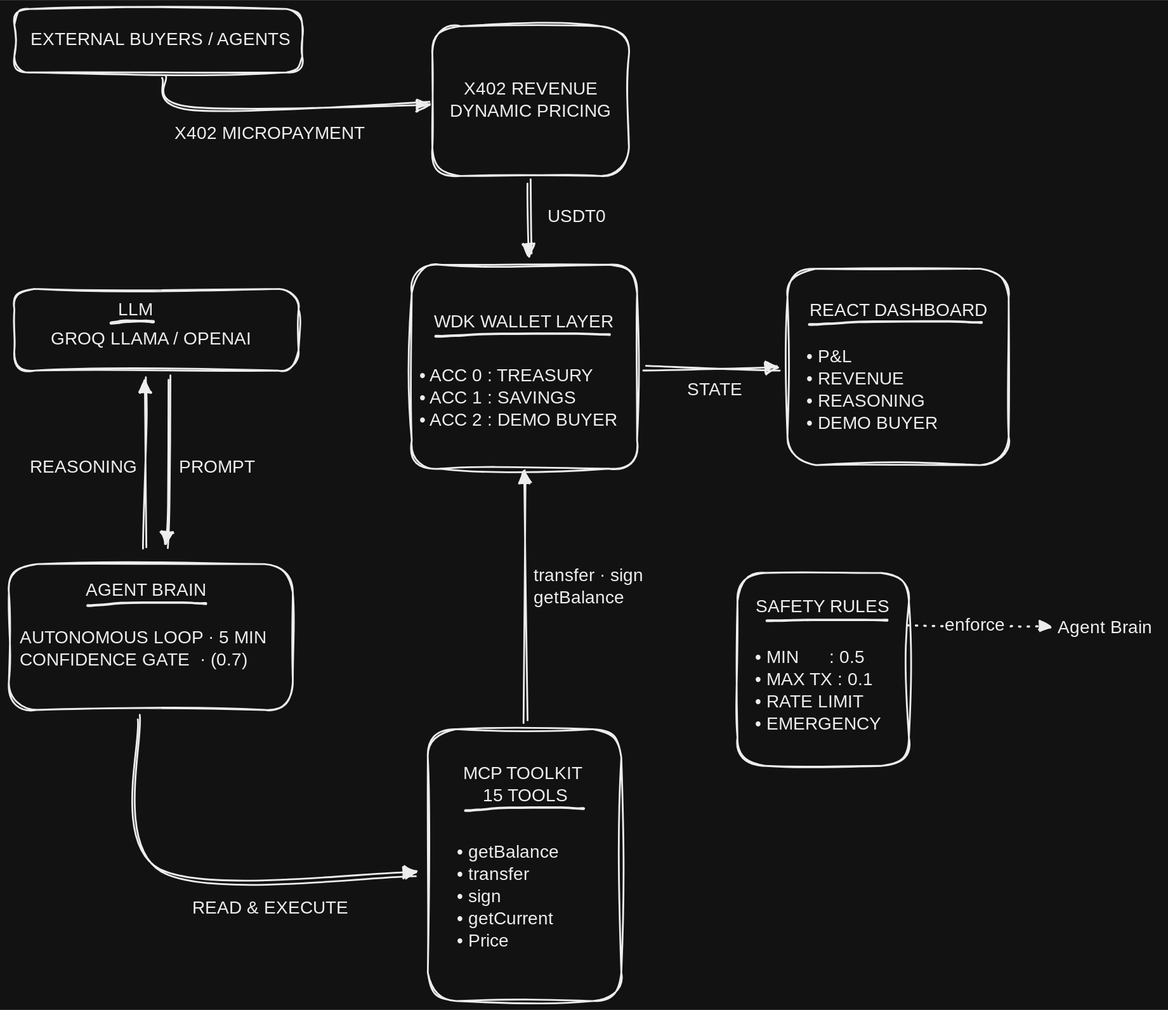
Earlier version of the Excalidraw export assets/architecture.svg (jordi-stack/Agora). Source tidied: one line per element, renumbered; positions are measured from the earlier drawing's top-left corner, leaving out a move shared by most shapes.
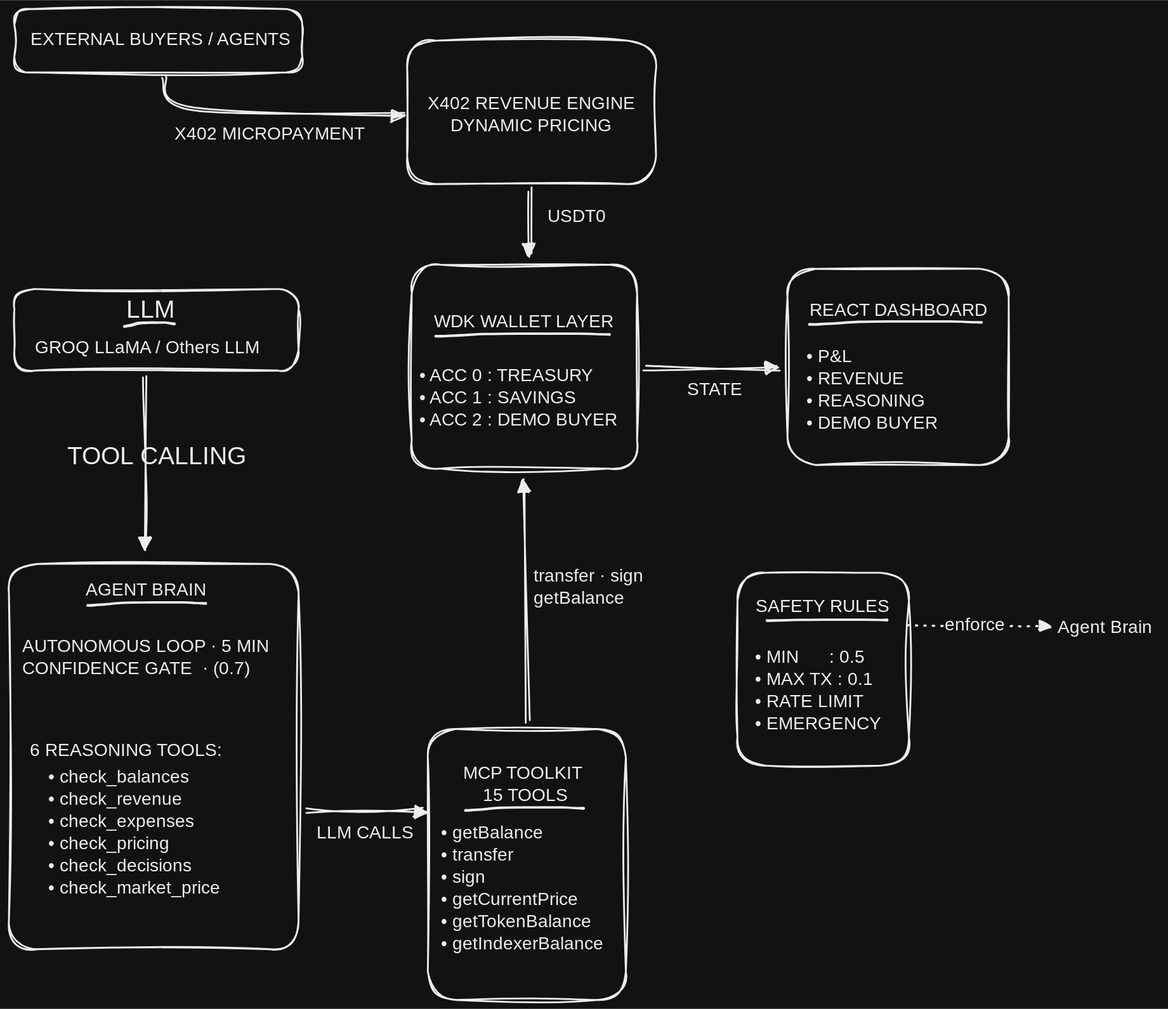
Later version of the same file.

What changed in the source:
```diff
@@ -1,13 +1,13 @@
 {"id": 0, "type": "rectangle", "strokeColor": "#000", "strokeWidth": 2, "roughness": 2, "round": true, "x": 6, "y": 0, "width": 324, "height": 71}
-{"id": 1, "type": "rectangle", "strokeColor": "#000", "strokeWidth": 2, "roughness": 2, "round": true, "x": 477, "y": 19, "width": 221, "height": 169}
+{"id": 1, "type": "rectangle", "strokeColor": "#000", "strokeWidth": 2, "roughness": 2, "round": true, "x": 448, "y": 36, "width": 280, "height": 162}
 {"id": 2, "type": "rectangle", "strokeColor": "#000", "strokeWidth": 2, "roughness": 2, "round": true, "x": 454, "y": 288, "width": 254, "height": 230}
-{"id": 3, "type": "rectangle", "strokeColor": "#000", "strokeWidth": 2, "roughness": 2, "round": true, "x": 0, "y": 625, "width": 320, "height": 164}
+{"id": 3, "type": "rectangle", "strokeColor": "#000", "strokeWidth": 2, "roughness": 2, "round": true, "x": 0, "y": 625, "width": 326, "height": 434}
-{"id": 4, "type": "rectangle", "strokeColor": "#000", "strokeWidth": 2, "roughness": 2, "round": true, "x": 472, "y": 811, "width": 218, "height": 306}
+{"id": 4, "type": "rectangle", "strokeColor": "#000", "strokeWidth": 2, "roughness": 2, "round": true, "x": 472, "y": 811, "width": 223, "height": 305}
 {"id": 5, "type": "rectangle", "strokeColor": "#000", "strokeWidth": 2, "roughness": 2, "round": true, "x": 877, "y": 293, "width": 249, "height": 221}
 {"id": 6, "type": "text", "text": "EXTERNAL BUYERS / AGENTS", "strokeColor": "#000", "strokeWidth": 2, "roughness": 2, "fontSize": 20, "fontFamily": 5, "textAlign": "center", "x": 15, "y": 23, "width": 311, "height": 25}
 {"id": 7, "type": "text", "text": "X402 MICROPAYMENT", "strokeColor": "#000", "strokeWidth": 2, "roughness": 2, "fontSize": 20, "fontFamily": 5, "textAlign": "center", "x": 181, "y": 129, "width": 224, "height": 25}
-{"id": 8, "type": "text", "text": "X402 REVENUE\nDYNAMIC PRICING", "strokeColor": "#000", "strokeWidth": 2, "roughness": 2, "fontSize": 20, "fontFamily": 5, "textAlign": "center", "x": 493, "y": 79, "width": 189, "height": 50}
+{"id": 8, "type": "text", "text": "X402 REVENUE ENGINE\nDYNAMIC PRICING", "strokeColor": "#000", "strokeWidth": 2, "roughness": 2, "fontSize": 20, "fontFamily": 5, "textAlign": "center", "x": 466, "y": 95, "width": 244, "height": 50}
-{"id": 9, "type": "arrow", "strokeColor": "#000", "strokeWidth": 2, "roughness": 2, "endArrowhead": "triangle", "round": true, "from": 1, "x": 588, "y": 194, "width": 2, "height": 82, "points": [[0, 0], [2, 82]]}
+{"id": 9, "type": "arrow", "strokeColor": "#000", "strokeWidth": 2, "roughness": 2, "endArrowhead": "triangle", "round": true, "from": 1, "x": 589, "y": 203, "width": 1, "height": 73, "points": [[0, 0], [1, 73]]}
 {"id": 10, "type": "text", "text": "USDT0", "strokeColor": "#000", "strokeWidth": 2, "roughness": 2, "fontSize": 20, "fontFamily": 5, "textAlign": "center", "x": 603, "y": 222, "width": 73, "height": 25}
 {"id": 11, "type": "arrow", "strokeColor": "#000", "strokeWidth": 2, "roughness": 2, "endArrowhead": "triangle", "round": true, "x": 717, "y": 404, "width": 151, "height": 1, "points": [[0, 0], [151, 1]]}
 {"id": 12, "type": "text", "text": "STATE", "strokeColor": "#000", "strokeWidth": 2, "roughness": 2, "fontSize": 20, "fontFamily": 5, "textAlign": "center", "x": 759, "y": 418, "width": 71, "height": 25}
@@ -15,19 +15,16 @@
 {"id": 14, "type": "text", "text": "• P&L\n• REVENUE\n• REASONING\n• DEMO BUYER", "strokeColor": "#000", "strokeWidth": 2, "roughness": 2, "fontSize": 20, "fontFamily": 5, "x": 898, "y": 380, "width": 157, "height": 100}
 {"id": 15, "type": "text", "text": "WDK WALLET LAYER", "strokeColor": "#000", "strokeWidth": 2, "roughness": 2, "fontSize": 20, "fontFamily": 5, "x": 479, "y": 341, "width": 204, "height": 25}
 {"id": 16, "type": "text", "text": "• ACC 0 : TREASURY\n• ACC 1 : SAVINGS\n• ACC 2 : DEMO BUYER", "strokeColor": "#000", "strokeWidth": 2, "roughness": 2, "fontSize": 20, "fontFamily": 5, "x": 462, "y": 402, "width": 239, "height": 75}
-{"id": 17, "type": "text", "text": "LLM", "strokeColor": "#000", "strokeWidth": 2, "roughness": 2, "fontSize": 20, "fontFamily": 5, "x": 123, "y": 327, "width": 37, "height": 25}
+{"id": 17, "type": "text", "text": "LLM", "strokeColor": "#000", "strokeWidth": 2, "roughness": 2, "fontSize": 28, "fontFamily": 5, "x": 132, "y": 323, "width": 74, "height": 35}
-{"id": 18, "type": "text", "text": "GROQ LLAMA / OPENAI", "strokeColor": "#000", "strokeWidth": 2, "roughness": 2, "fontSize": 20, "fontFamily": 5, "x": 47, "y": 360, "width": 239, "height": 25}
+{"id": 18, "type": "text", "text": "GROQ LLaMA / Others LLM ", "strokeColor": "#000", "strokeWidth": 2, "roughness": 2, "fontSize": 20, "fontFamily": 5, "x": 29, "y": 370, "width": 279, "height": 25}
 {"id": 19, "type": "rectangle", "strokeColor": "#000", "strokeWidth": 2, "roughness": 2, "round": true, "x": 6, "y": 315, "width": 320, "height": 92}
-{"id": 20, "type": "text", "text": "REASONING", "strokeColor": "#000", "strokeWidth": 2, "roughness": 2, "fontSize": 20, "fontFamily": 5, "textAlign": "center", "x": 24, "y": 504, "width": 121, "height": 25}
 {"id": 21, "type": "text", "text": "AGENT BRAIN", "strokeColor": "#000", "strokeWidth": 2, "strokeStyle": "dashed", "roughness": 2, "fontSize": 20, "fontFamily": 5, "x": 86, "y": 643, "width": 148, "height": 25}
-{"id": 22, "type": "text", "text": "AUTONOMOUS LOOP · 5 MIN \nCONFIDENCE GATE  · (0.7)", "strokeColor": "#000", "strokeWidth": 2, "strokeStyle": "dashed", "roughness": 2, "fontSize": 20, "fontFamily": 5, "x": 12, "y": 697, "width": 296, "height": 50}
+{"id": 22, "type": "text", "text": "AUTONOMOUS LOOP · 5 MIN \nCONFIDENCE GATE  · (0.7)", "strokeColor": "#000", "strokeWidth": 2, "strokeStyle": "dashed", "roughness": 2, "fontSize": 20, "fontFamily": 5, "x": 15, "y": 706, "width": 296, "height": 50}
-{"id": 23, "type": "arrow", "strokeColor": "#000", "strokeWidth": 2, "roughness": 2, "endArrowhead": "triangle", "round": true, "x": 154, "y": 606, "width": 0, "height": 192, "points": [[0, 0], [0, -141], [0, -192]]}
+{"id": 23, "type": "arrow", "strokeColor": "#000", "strokeWidth": 2, "roughness": 2, "endArrowhead": "triangle", "round": true, "x": 154, "y": 413, "width": 0, "height": 192, "points": [[0, 0], [0, 141], [0, 192]]}
 {"id": 24, "type": "text", "text": "MCP TOOLKIT \n15 TOOLS", "strokeColor": "#000", "strokeWidth": 2, "roughness": 2, "fontSize": 20, "fontFamily": 5, "textAlign": "center", "x": 503, "y": 849, "width": 157, "height": 50}
-{"id": 25, "type": "text", "text": "• getBalance\n• transfer\n• sign\n• getCurrent\n• Price\n", "strokeColor": "#000", "strokeWidth": 2, "roughness": 2, "fontSize": 20, "fontFamily": 5, "x": 504, "y": 938, "width": 125, "height": 150}
+{"id": 25, "type": "text", "text": "• getBalance\n• transfer\n• sign\n• getCurrentPrice\n• getTokenBalance\n• getIndexerBalance\n", "strokeColor": "#000", "strokeWidth": 2, "roughness": 2, "fontSize": 20, "fontFamily": 5, "x": 486, "y": 916, "width": 200, "height": 175}
-{"id": 26, "type": "arrow", "strokeColor": "#000", "strokeWidth": 2, "roughness": 2, "endArrowhead": "triangle", "round": true, "x": 145, "y": 797, "width": 311, "height": 178, "points": [[0, 0], [28, 172], [311, 178]]}
-{"id": 27, "type": "text", "text": "READ & EXECUTE ", "strokeColor": "#000", "strokeWidth": 2, "roughness": 2, "fontSize": 20, "fontFamily": 5, "x": 206, "y": 1001, "width": 195, "height": 25}
-{"id": 28, "type": "arrow", "strokeColor": "#000", "strokeWidth": 2, "roughness": 2, "endArrowhead": "triangle", "round": true, "from": 4, "to": 2, "x": 581, "y": 805, "width": 0, "height": 281, "points": [[0, 0], [0, -281]]}
+{"id": 28, "type": "arrow", "strokeColor": "#000", "strokeWidth": 2, "roughness": 2, "endArrowhead": "triangle", "round": true, "from": 4, "x": 583, "y": 805, "width": 4, "height": 271, "points": [[0, 0], [-4, -271]]}
-{"id": 29, "type": "arrow", "strokeColor": "#000", "strokeWidth": 2, "roughness": 2, "endArrowhead": "triangle", "round": true, "from": 0, "to": 1, "x": 174, "y": 77, "width": 297, "height": 34, "points": [[0, 0], [34, 34], [297, 27]]}
+{"id": 29, "type": "arrow", "strokeColor": "#000", "strokeWidth": 2, "roughness": 2, "endArrowhead": "triangle", "round": true, "from": 0, "to": 1, "x": 174, "y": 77, "width": 268, "height": 39, "points": [[0, 0], [34, 34], [268, 39]]}
 {"id": 30, "type": "rectangle", "strokeColor": "#000", "strokeWidth": 2, "roughness": 2, "round": true, "x": 820, "y": 635, "width": 193, "height": 217}
 {"id": 31, "type": "text", "text": "SAFETY RULES", "strokeColor": "#000", "strokeWidth": 2, "roughness": 2, "fontSize": 20, "fontFamily": 5, "x": 841, "y": 662, "width": 156, "height": 25}
 {"id": 32, "type": "text", "text": "• MIN      : 0.5\n• MAX TX : 0.1\n• RATE LIMIT\n• EMERGENCY", "strokeColor": "#000", "strokeWidth": 2, "roughness": 2, "fontSize": 20, "fontFamily": 5, "x": 840, "y": 719, "width": 151, "height": 100}
@@ -40,7 +37,10 @@
 {"id": 39, "type": "freedraw", "strokeColor": "#000", "strokeWidth": 1, "strokeStyle": "dotted", "roughness": 2, "x": 854, "y": 691, "width": 135, "height": 1, "points": [[0, -2], [2, -2], [5, -2], [9, -2], [15, -3], [23, -3], [31, -3], [40, -3], [52, -3], [66, -3], [78, -3], [91, -3], [104, -3], [113, -3], [122, -3], [129, -3], [132, -3], [134, -3], [135, -3], [135, -3]]}
 {"id": 40, "type": "freedraw", "strokeColor": "#000", "strokeWidth": 1, "strokeStyle": "dotted", "roughness": 2, "x": 514, "y": 903, "width": 133, "height": 3, "points": [[0, 0], [2, 0], [5, 0], [9, 0], [15, -1], [23, -1], [30, -2], [39, -3], [51, -3], [65, -3], [77, -3], [89, -3], [102, -3], [111, -3], [120, -3], [127, -2], [130, -2], [132, -2], [133, -2], [133, -2]]}
 {"id": 41, "type": "freedraw", "strokeColor": "#000", "strokeWidth": 1, "strokeStyle": "dotted", "roughness": 2, "x": 89, "y": 672, "width": 133, "height": 3, "points": [[0, 0], [2, 0], [5, 0], [9, 0], [15, -1], [23, -1], [30, -2], [39, -3], [51, -3], [65, -3], [77, -3], [89, -3], [102, -3], [111, -3], [120, -3], [127, -2], [130, -2], [132, -2], [133, -2], [133, -2]]}
-{"id": 42, "type": "freedraw", "strokeColor": "#000", "strokeWidth": 1, "strokeStyle": "dotted", "roughness": 2, "x": 115, "y": 355, "width": 47, "height": 2, "points": [[0, -1], [1, -1], [2, -1], [3, -1], [5, -2], [8, -2], [11, -3], [14, -3], [18, -3], [23, -3], [27, -3], [32, -3], [36, -3], [40, -3], [43, -3], [45, -3], [46, -3], [47, -3], [47, -3], [47, -3]]}
+{"id": 42, "type": "freedraw", "strokeColor": "#000", "strokeWidth": 1, "strokeStyle": "dotted", "roughness": 2, "x": 130, "y": 357, "width": 56, "height": 4, "points": [[0, 1], [1, 1], [2, 1], [4, 1], [6, 0], [10, 0], [13, -2], [16, -3], [22, -3], [28, -3], [32, -3], [38, -3], [43, -3], [47, -3], [50, -3], [53, -2], [55, -2], [56, -2], [56, -2], [56, -2]]}
 {"id": 43, "type": "freedraw", "strokeColor": "#000", "strokeWidth": 1, "strokeStyle": "dotted", "roughness": 2, "x": 481, "y": 369, "width": 196, "height": 3, "points": [[0, 0], [2, 0], [7, 0], [13, 0], [22, -1], [33, -1], [45, -2], [57, -3], [76, -3], [96, -3], [113, -3], [132, -3], [150, -3], [164, -3], [176, -3], [186, -2], [191, -2], [194, -2], [196, -2], [196, -2]]}
-{"id": 44, "type": "arrow", "strokeColor": "#000", "strokeWidth": 2, "roughness": 2, "endArrowhead": "triangle", "round": true, "x": 179, "y": 414, "width": 0, "height": 192, "points": [[0, 0], [0, 141], [0, 192]]}
-{"id": 45, "type": "text", "text": "PROMPT", "strokeColor": "#000", "strokeWidth": 1, "strokeStyle": "dotted", "roughness": 2, "fontSize": 20, "fontFamily": 5, "x": 192, "y": 504, "width": 90, "height": 25}
+{"id": 46, "type": "text", "text": "• check_balances\n• check_revenue\n• check_expenses\n• check_pricing\n• check_decisions\n• check_market_price\n", "strokeColor": "#000", "strokeWidth": 1, "strokeStyle": "dotted", "roughness": 2, "fontSize": 20, "fontFamily": 5, "x": 44, "y": 854, "width": 209, "height": 175}
+{"id": 47, "type": "text", "text": "6 REASONING TOOLS:", "strokeColor": "#000", "strokeWidth": 1, "strokeStyle": "dotted", "roughness": 2, "fontSize": 20, "fontFamily": 5, "x": 24, "y": 823, "width": 226, "height": 25}
+{"id": 48, "type": "text", "text": "TOOL CALLING", "strokeColor": "#000", "strokeWidth": 1, "strokeStyle": "dotted", "roughness": 2, "fontSize": 28, "fontFamily": 5, "x": 66, "y": 488, "width": 214, "height": 35}
+{"id": 49, "type": "arrow", "strokeColor": "#000", "strokeWidth": 2, "roughness": 2, "endArrowhead": "triangle", "x": 336, "y": 904, "width": 134, "height": 1, "points": [[0, 0], [134, -1]]}
+{"id": 50, "type": "text", "text": "LLM CALLS", "strokeColor": "#000", "strokeWidth": 2, "roughness": 2, "fontSize": 20, "fontFamily": 5, "x": 347, "y": 916, "width": 105, "height": 25}
```
